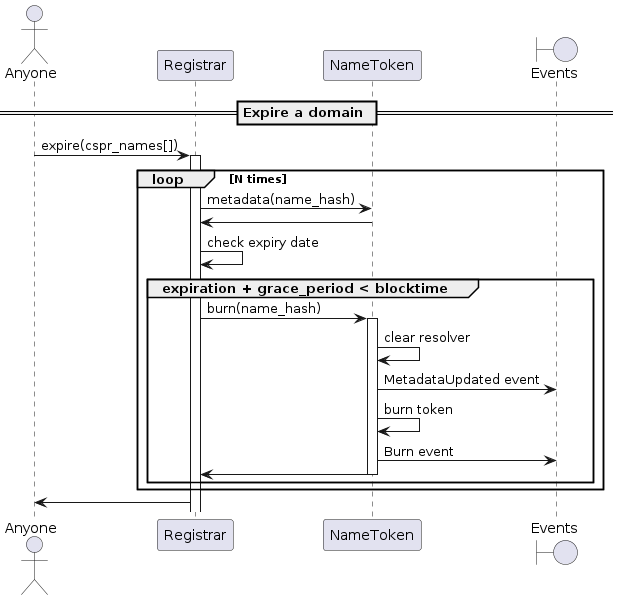
make-software/cspr-name-contracts keeps this PlantUML diagram as docs/sequence-diagrams/puml/expire-domain.png. Above is the earlier version.
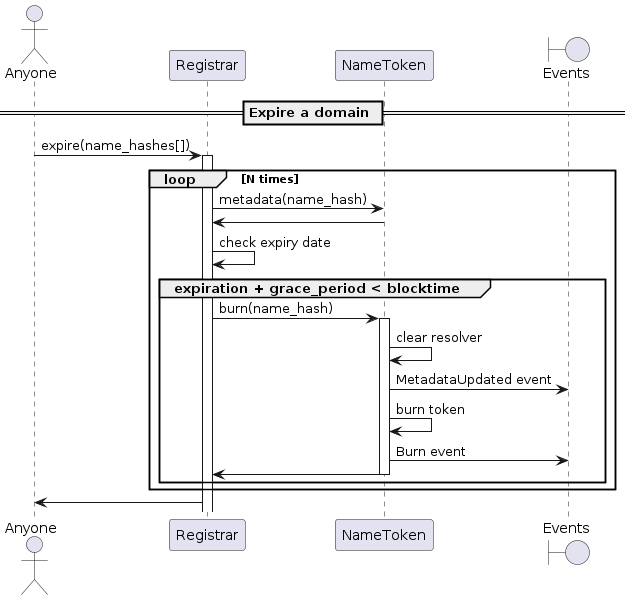
The same diagram one commit later.

The edit, as a diff of the source:
```diff
@@ -7,7 +7,7 @@
 
 == Expire a domain ==
 
-"Anyone" -> "Registrar": expire(cspr_names[])
+"Anyone" -> "Registrar": expire(name_hashes[])
 activate Registrar
 loop N times
     Registrar -> NameToken: metadata(name_hash)
```
